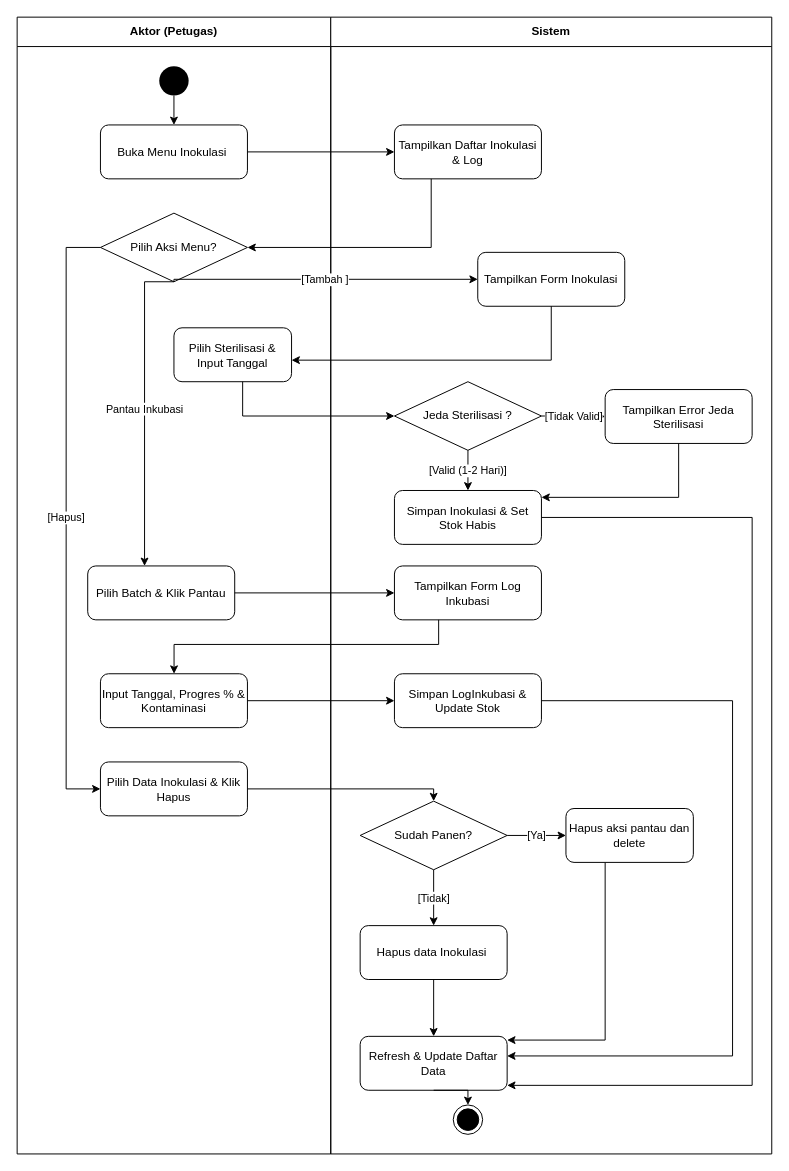
This is page "Petugas: Kelola Inokulasi & Log Inkubasi" (4 of 16) of activity_diagram_lengkap.drawio from DaraAnggunJelita/jamur_tiram, a draw.io file, before an edit. Source tidied: cells renumbered, new cells numbered last; positions are measured from the earlier drawing's top-left corner, leaving out a move shared by most shapes. Both pictures are drawn from the tidied source at 98%, with x=0, y=0 at pixel (17, 17).
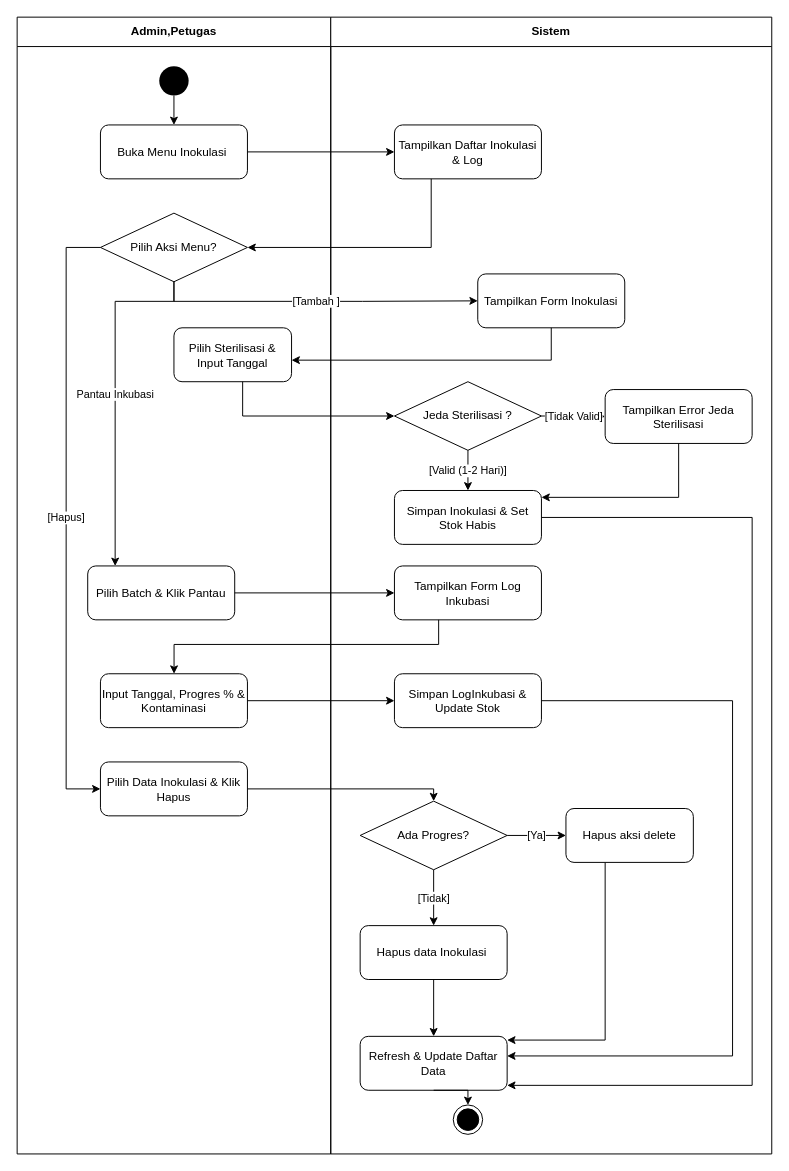
The same diagram, later.

The change refers to these unchanged cells:
```xml
<mxCell id="6" value="Sistem" style="swimlane;whiteSpace=wrap;html=1;startSize=30;" parent="1" vertex="1">
  <mxGeometry x="320" width="450" height="1160" as="geometry" />
</mxCell>
<mxCell id="24" value="Pilih Aksi Menu?" style="rhombus;whiteSpace=wrap;html=1;" parent="1" vertex="1">
  <mxGeometry x="85" y="200" width="150" height="70" as="geometry" />
</mxCell>
<mxCell id="27" value="Pilih Batch &amp;amp; Klik Pantau" style="rounded=1;whiteSpace=wrap;html=1;" parent="1" vertex="1">
  <mxGeometry x="72" y="560" width="150" height="55" as="geometry" />
</mxCell>
```

Change to the diagram source:
```diff
@@
-    <mxCell id="2" value="Aktor (Petugas)" style="swimlane;whiteSpace=wrap;html=1;startSize=30;" parent="1" vertex="1">
+    <mxCell id="2" value="Admin,Petugas" style="swimlane;whiteSpace=wrap;html=1;startSize=30;" parent="1" vertex="1">
       <mxGeometry width="320" height="1160" as="geometry" />
     </mxCell>
@@
-    <mxCell id="13" value="Sudah Panen?" style="rhombus;whiteSpace=wrap;html=1;" parent="6" vertex="1">
+    <mxCell id="13" value="Ada Progres?" style="rhombus;whiteSpace=wrap;html=1;" parent="6" vertex="1">
       <mxGeometry x="30" y="800" width="150" height="70" as="geometry" />
     </mxCell>
@@
-    <mxCell id="16" value="Hapus aksi pantau dan delete" style="rounded=1;whiteSpace=wrap;html=1;" parent="6" vertex="1">
+    <mxCell id="16" value="Hapus aksi delete" style="rounded=1;whiteSpace=wrap;html=1;" parent="6" vertex="1">
       <mxGeometry x="240" y="807.5" width="130" height="55" as="geometry" />
     </mxCell>
@@
     <mxCell id="20" value="Tampilkan Form Inokulasi" style="rounded=1;whiteSpace=wrap;html=1;" parent="6" vertex="1">
-      <mxGeometry x="150" y="240" width="150" height="55" as="geometry" />
+      <mxGeometry x="150" y="262" width="150" height="55" as="geometry" />
     </mxCell>
@@
-    <mxCell id="32" value="[Tambah ]" style="edgeStyle=orthogonalEdgeStyle;rounded=0;html=1;jettySize=auto;exitX=0.5;exitY=1;entryX=0;entryY=0.5;exitDx=0;exitDy=0;" parent="1" edge="1" source="24" target="20">
-      <mxGeometry relative="1" as="geometry">
-        <Array as="points">
-          <mxPoint x="160.1" y="267.5" />
-        </Array>
-      </mxGeometry>
+    <mxCell id="32" value="[Tambah ]" style="edgeStyle=orthogonalEdgeStyle;rounded=0;html=1;jettySize=auto;exitX=0.5;exitY=1;exitDx=0;exitDy=0;entryX=0;entryY=0.5;entryDx=0;entryDy=0;" parent="1" edge="1" source="24" target="20">
+      <mxGeometry relative="1" as="geometry" />
     </mxCell>
@@
     <mxCell id="38" value="Pantau Inkubasi" style="edgeStyle=orthogonalEdgeStyle;rounded=0;html=1;jettySize=auto;strokeColor=#000000;exitX=0.5;exitY=1;" parent="1" edge="1" source="24" target="27">
       <mxGeometry relative="1" as="geometry">
         <Array as="points">
-          <mxPoint x="130" y="270" />
+          <mxPoint x="160" y="290" />
+          <mxPoint x="100" y="290" />
         </Array>
       </mxGeometry>
     </mxCell>
```
